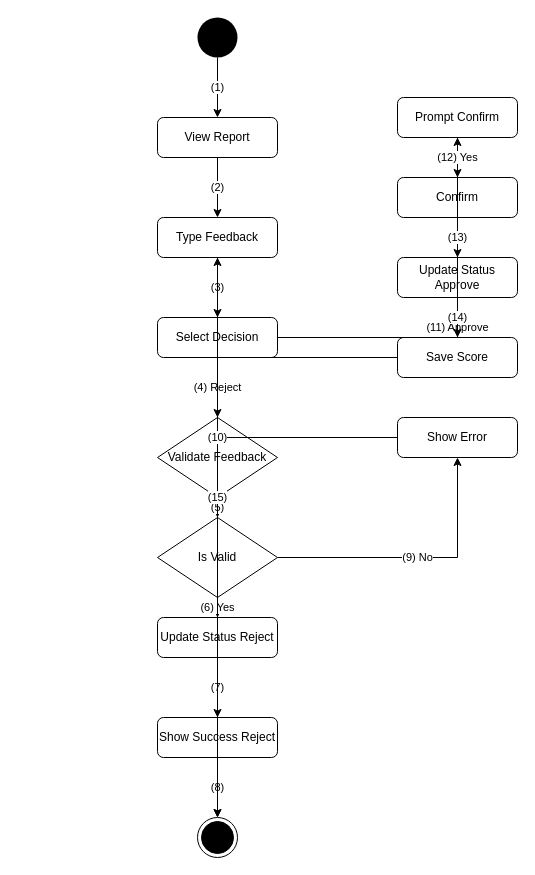
Above: activity_flow/uc48_activity_flow.drawio in kingDlight/UEIMS_Project (draw.io), before the change. Source tidied: cells renumbered, new cells numbered last; positions are measured from the earlier drawing's top-left corner, leaving out a move shared by most shapes. Both pictures are drawn from the tidied source at 100%, with x=0, y=0 at pixel (157, 17).
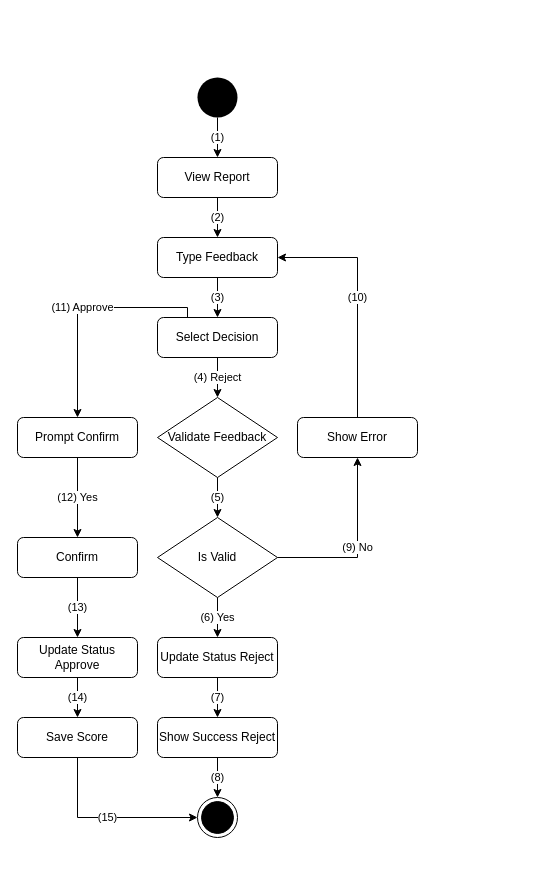
The same page after the edit.

Unchanged cells that the change refers to:
```xml
<mxCell id="5" value="Select Decision" style="rounded=1;whiteSpace=wrap;html=1;" parent="1" vertex="1">
  <mxGeometry y="300" width="120" height="40" as="geometry" />
</mxCell>
```

Diff of the diagram source:
```diff
@@
     <mxCell id="2" style="ellipse;whiteSpace=wrap;html=1;fillColor=#000000;strokeColor=none;" parent="1" vertex="1">
-      <mxGeometry x="40" width="40" height="40" as="geometry" />
+      <mxGeometry x="40" y="60" width="40" height="40" as="geometry" />
     </mxCell>
     <mxCell id="3" value="View Report" style="rounded=1;whiteSpace=wrap;html=1;" parent="1" vertex="1">
-      <mxGeometry y="100" width="120" height="40" as="geometry" />
+      <mxGeometry y="140" width="120" height="40" as="geometry" />
     </mxCell>
     <mxCell id="4" value="Type Feedback" style="rounded=1;whiteSpace=wrap;html=1;" parent="1" vertex="1">
-      <mxGeometry y="200" width="120" height="40" as="geometry" />
+      <mxGeometry y="220" width="120" height="40" as="geometry" />
     </mxCell>
@@
     <mxCell id="6" value="Validate Feedback" style="rhombus;whiteSpace=wrap;html=1;" parent="1" vertex="1">
-      <mxGeometry y="400" width="120" height="80" as="geometry" />
+      <mxGeometry y="380" width="120" height="80" as="geometry" />
     </mxCell>
@@
     <mxCell id="8" value="Update Status Reject" style="rounded=1;whiteSpace=wrap;html=1;" parent="1" vertex="1">
-      <mxGeometry y="600" width="120" height="40" as="geometry" />
+      <mxGeometry y="620" width="120" height="40" as="geometry" />
     </mxCell>
@@
     <mxCell id="10" style="ellipse;html=1;shape=endState;fillColor=#000000;strokeColor=#000000;" parent="1" vertex="1">
-      <mxGeometry x="40" y="800" width="40" height="40" as="geometry" />
+      <mxGeometry x="40" y="780" width="40" height="40" as="geometry" />
     </mxCell>
     <mxCell id="11" value="Prompt Confirm" style="rounded=1;whiteSpace=wrap;html=1;" parent="1" vertex="1">
-      <mxGeometry x="240" y="80" width="120" height="40" as="geometry" />
+      <mxGeometry x="-140" y="400" width="120" height="40" as="geometry" />
     </mxCell>
     <mxCell id="12" value="Confirm" style="rounded=1;whiteSpace=wrap;html=1;" parent="1" vertex="1">
-      <mxGeometry x="240" y="160" width="120" height="40" as="geometry" />
+      <mxGeometry x="-140" y="520" width="120" height="40" as="geometry" />
     </mxCell>
     <mxCell id="13" value="Update Status Approve" style="rounded=1;whiteSpace=wrap;html=1;" parent="1" vertex="1">
-      <mxGeometry x="240" y="240" width="120" height="40" as="geometry" />
+      <mxGeometry x="-140" y="620" width="120" height="40" as="geometry" />
     </mxCell>
     <mxCell id="14" value="Save Score" style="rounded=1;whiteSpace=wrap;html=1;" parent="1" vertex="1">
-      <mxGeometry x="240" y="320" width="120" height="40" as="geometry" />
+      <mxGeometry x="-140" y="700" width="120" height="40" as="geometry" />
     </mxCell>
     <mxCell id="15" value="Show Error" style="rounded=1;whiteSpace=wrap;html=1;" parent="1" vertex="1">
-      <mxGeometry x="240" y="400" width="120" height="40" as="geometry" />
+      <mxGeometry x="140" y="400" width="120" height="40" as="geometry" />
     </mxCell>
@@
-    <mxCell id="24" value="(11) Approve" style="edgeStyle=orthogonalEdgeStyle;rounded=0;html=1;exitX=1;exitY=0.5;entryX=0.5;entryY=1;" parent="1" edge="1" source="5" target="11">
+    <mxCell id="24" value="(11) Approve" style="edgeStyle=orthogonalEdgeStyle;rounded=0;html=1;exitX=0.25;exitY=0;entryX=0.5;entryY=0;entryDx=0;entryDy=0;exitDx=0;exitDy=0;" parent="1" edge="1" source="5" target="11">
       <mxGeometry relative="1" as="geometry" />
     </mxCell>
@@
-    <mxCell id="28" value="(15)" style="edgeStyle=orthogonalEdgeStyle;rounded=0;html=1;exitX=0;exitY=0.5;entryX=0.5;entryY=0;" parent="1" edge="1" source="14" target="10">
+    <mxCell id="28" value="(15)" style="edgeStyle=orthogonalEdgeStyle;rounded=0;html=1;exitX=0.5;exitY=1;entryX=0;entryY=0.5;entryDx=0;entryDy=0;exitDx=0;exitDy=0;" parent="1" edge="1" source="14" target="10">
       <mxGeometry relative="1" as="geometry" />
     </mxCell>
@@
-    <mxCell id="30" value="(10)" style="edgeStyle=orthogonalEdgeStyle;rounded=0;html=1;exitX=0;exitY=0.5;entryX=0.5;entryY=1;" parent="1" edge="1" source="15" target="4">
+    <mxCell id="30" value="(10)" style="edgeStyle=orthogonalEdgeStyle;rounded=0;html=1;exitX=0.5;exitY=0;entryX=1;entryY=0.5;entryDx=0;entryDy=0;exitDx=0;exitDy=0;" parent="1" edge="1" source="15" target="4">
       <mxGeometry relative="1" as="geometry" />
     </mxCell>
```
